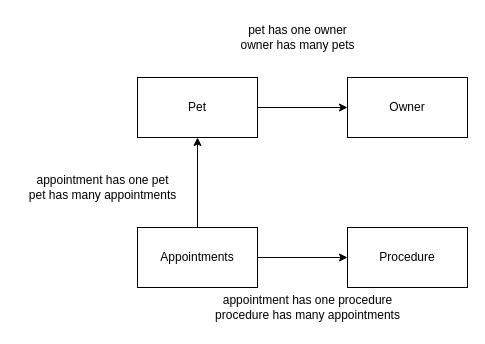
rachelAtFlatiron/Phase-3-062424 keeps this draw.io diagram as lib/erd.drawio. Above is the earlier version. Source tidied: cells renumbered, new cells numbered last; positions are measured from the earlier drawing's top-left corner, leaving out a move shared by most shapes. Both pictures are drawn from the tidied source at 100%, with x=0, y=0 at pixel (17, 17).
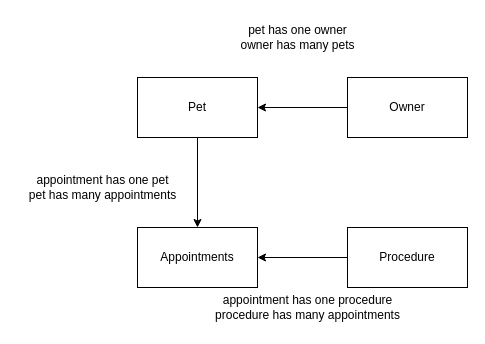
The same diagram, later.

Change to the diagram source:
```diff
@@
 <mxGraphModel>
   <root>
     <mxCell id="0" />
     <mxCell id="1" parent="0" />
-    <mxCell id="2" style="edgeStyle=none;html=1;" parent="1" edge="1" source="3" target="4">
-      <mxGeometry relative="1" as="geometry" />
-    </mxCell>
+    <mxCell id="12" style="edgeStyle=none;html=1;entryX=0.5;entryY=0;entryDx=0;entryDy=0;" parent="1" edge="1" source="3" target="7">
+      <mxGeometry relative="1" as="geometry" />
+    </mxCell>
     <mxCell id="3" value="Pet" style="whiteSpace=wrap;html=1;" parent="1" vertex="1">
       <mxGeometry x="120" y="60" width="120" height="60" as="geometry" />
     </mxCell>
+    <mxCell id="13" style="edgeStyle=none;html=1;" parent="1" edge="1" source="4" target="3">
+      <mxGeometry relative="1" as="geometry" />
+    </mxCell>
     <mxCell id="4" value="Owner" style="whiteSpace=wrap;html=1;" parent="1" vertex="1">
       <mxGeometry x="330" y="60" width="120" height="60" as="geometry" />
     </mxCell>
-    <mxCell id="5" style="edgeStyle=none;html=1;" parent="1" edge="1" source="7" target="3">
-      <mxGeometry relative="1" as="geometry" />
-    </mxCell>
-    <mxCell id="6" style="edgeStyle=none;html=1;" parent="1" edge="1" source="7" target="8">
-      <mxGeometry relative="1" as="geometry" />
-    </mxCell>
     <mxCell id="7" value="Appointments" style="whiteSpace=wrap;html=1;" parent="1" vertex="1">
       <mxGeometry x="120" y="210" width="120" height="60" as="geometry" />
     </mxCell>
+    <mxCell id="14" style="edgeStyle=none;html=1;entryX=1;entryY=0.5;entryDx=0;entryDy=0;" parent="1" edge="1" source="8" target="7">
+      <mxGeometry relative="1" as="geometry" />
+    </mxCell>
     <mxCell id="8" value="Procedure" style="whiteSpace=wrap;html=1;" parent="1" vertex="1">
       <mxGeometry x="330" y="210" width="120" height="60" as="geometry" />
     </mxCell>
     <mxCell id="9" value="pet has one owner&lt;br&gt;owner has many pets" style="text;html=1;align=center;verticalAlign=middle;strokeColor=none;fillColor=none;" parent="1" vertex="1">
       <mxGeometry x="210" width="140" height="40" as="geometry" />
     </mxCell>
     <mxCell id="10" value="appointment has one pet&lt;br&gt;pet has many appointments" style="text;html=1;align=center;verticalAlign=middle;strokeColor=none;fillColor=none;" parent="1" vertex="1">
       <mxGeometry y="150" width="170" height="40" as="geometry" />
     </mxCell>
     <mxCell id="11" value="appointment has one procedure&lt;br&gt;procedure has many appointments" style="text;html=1;align=center;verticalAlign=middle;strokeColor=none;fillColor=none;" parent="1" vertex="1">
       <mxGeometry x="185" y="270" width="210" height="40" as="geometry" />
     </mxCell>
   </root>
 </mxGraphModel>
```
